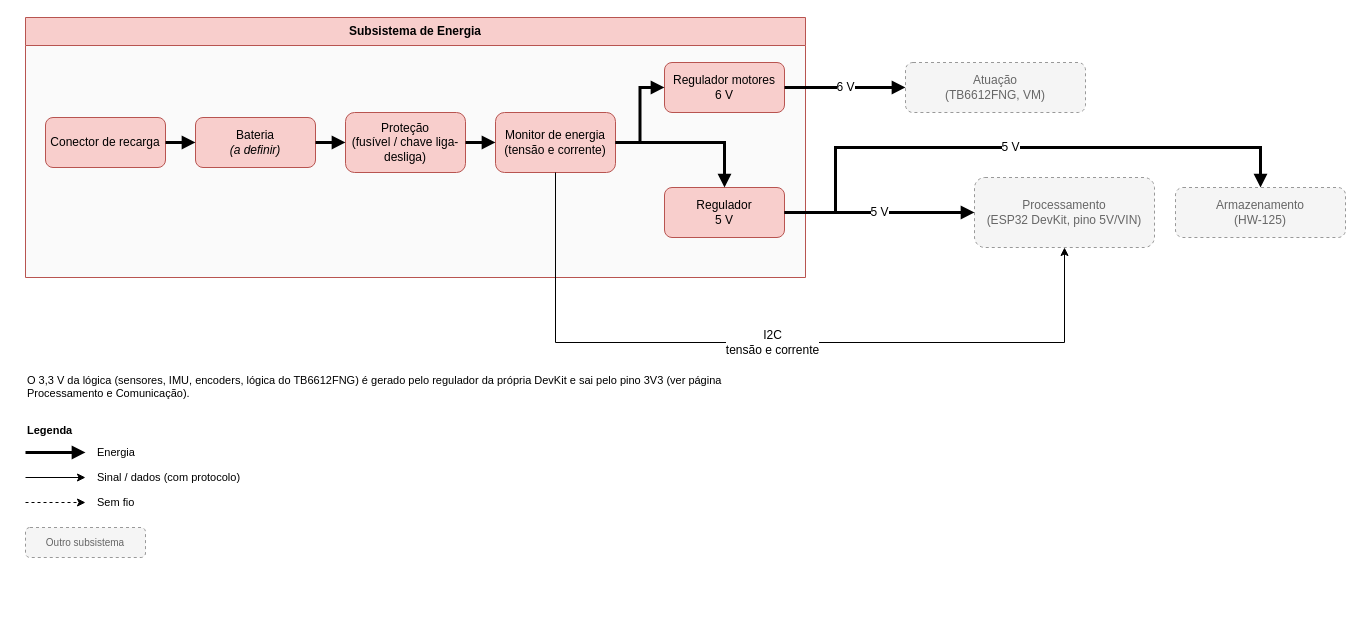
The draw.io diagram page "Energia" (2 of 6) of hw/Placa de Integração/Diagrama de blocos/Diagrama de blocos.drawio in fcte-pi1/2026.2_PI1_Grupo2_Hilmer, before the edit. Source tidied: cells renumbered, new cells numbered last; positions are measured from the earlier drawing's top-left corner, leaving out a move shared by most shapes. Both pictures are drawn from the tidied source at 100%, with x=0, y=0 at pixel (25, 17).
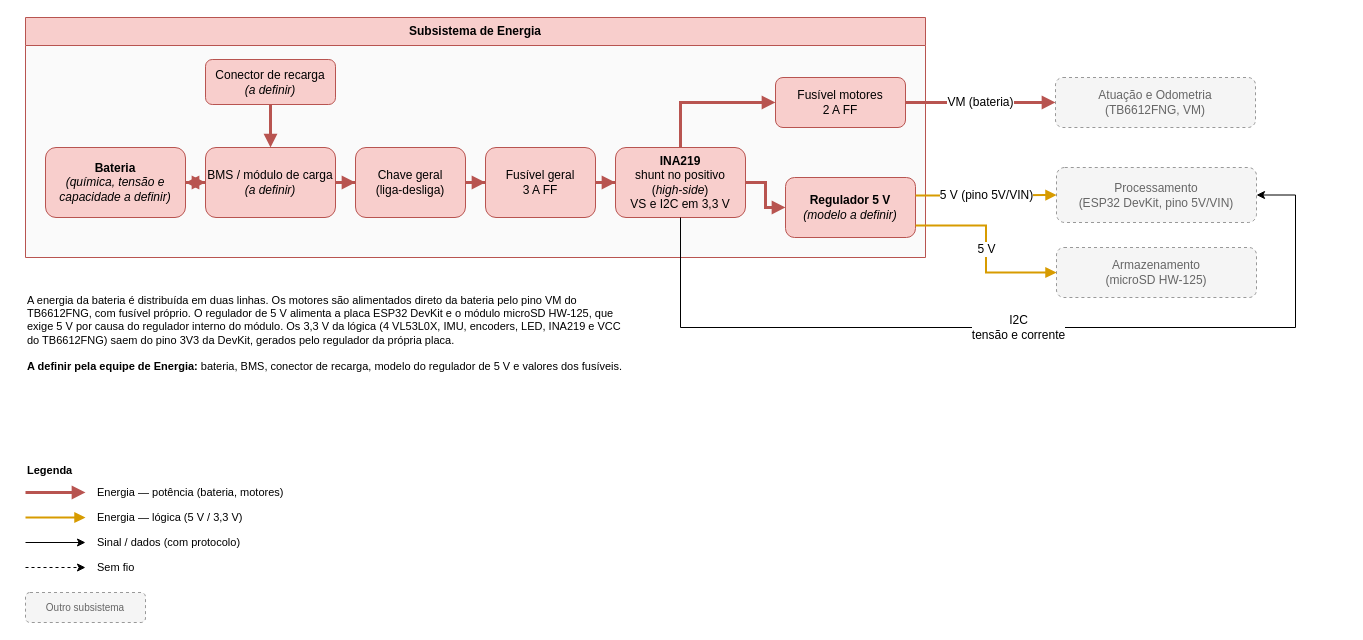
Above is the later version.

Change to the diagram source:
```diff
@@
     <mxCell id="2" value="Subsistema de Energia" style="swimlane;whiteSpace=wrap;html=1;startSize=28;fillColor=#f8cecc;strokeColor=#b85450;swimlaneFillColor=#FAFAFA;fontStyle=1;" parent="1" vertex="1">
-      <mxGeometry width="780" height="260" as="geometry" />
+      <mxGeometry width="900" height="240" as="geometry" />
     </mxCell>
-    <mxCell id="3" value="Conector de recarga" style="rounded=1;whiteSpace=wrap;html=1;fillColor=#f8cecc;strokeColor=#b85450;" parent="2" vertex="1">
-      <mxGeometry x="20" y="100" width="120" height="50" as="geometry" />
+    <mxCell id="3" value="Conector de recarga&lt;br&gt;&lt;i&gt;(a definir)&lt;/i&gt;" style="rounded=1;whiteSpace=wrap;html=1;fillColor=#f8cecc;strokeColor=#b85450;" parent="2" vertex="1">
+      <mxGeometry x="180" y="42" width="130" height="45" as="geometry" />
     </mxCell>
-    <mxCell id="4" value="Bateria&lt;br&gt;&lt;i&gt;(a definir)&lt;/i&gt;" style="rounded=1;whiteSpace=wrap;html=1;fillColor=#f8cecc;strokeColor=#b85450;" parent="2" vertex="1">
-      <mxGeometry x="170" y="100" width="120" height="50" as="geometry" />
+    <mxCell id="4" value="&lt;b&gt;Bateria&lt;/b&gt;&lt;br&gt;&lt;i&gt;(química, tensão e&lt;br&gt;capacidade a definir)&lt;/i&gt;" style="rounded=1;whiteSpace=wrap;html=1;fillColor=#f8cecc;strokeColor=#b85450;" parent="2" vertex="1">
+      <mxGeometry x="20" y="130" width="140" height="70" as="geometry" />
     </mxCell>
+    <mxCell id="30" value="BMS / módulo de carga&lt;br&gt;&lt;i&gt;(a definir)&lt;/i&gt;" style="rounded=1;whiteSpace=wrap;html=1;fillColor=#f8cecc;strokeColor=#b85450;" parent="2" vertex="1">
+      <mxGeometry x="180" y="130" width="130" height="70" as="geometry" />
+    </mxCell>
-    <mxCell id="5" value="Proteção&lt;br&gt;(fusível / chave liga-desliga)" style="rounded=1;whiteSpace=wrap;html=1;fillColor=#f8cecc;strokeColor=#b85450;" parent="2" vertex="1">
-      <mxGeometry x="320" y="95" width="120" height="60" as="geometry" />
+    <mxCell id="5" value="Chave geral&lt;br&gt;(liga-desliga)" style="rounded=1;whiteSpace=wrap;html=1;fillColor=#f8cecc;strokeColor=#b85450;" parent="2" vertex="1">
+      <mxGeometry x="330" y="130" width="110" height="70" as="geometry" />
     </mxCell>
+    <mxCell id="31" value="Fusível geral&lt;br&gt;3 A FF" style="rounded=1;whiteSpace=wrap;html=1;fillColor=#f8cecc;strokeColor=#b85450;" parent="2" vertex="1">
+      <mxGeometry x="460" y="130" width="110" height="70" as="geometry" />
+    </mxCell>
-    <mxCell id="6" value="Monitor de energia&lt;br&gt;(tensão e corrente)" style="rounded=1;whiteSpace=wrap;html=1;fillColor=#f8cecc;strokeColor=#b85450;" parent="2" vertex="1">
-      <mxGeometry x="470" y="95" width="120" height="60" as="geometry" />
+    <mxCell id="6" value="&lt;b&gt;INA219&lt;/b&gt;&lt;br&gt;shunt no positivo&lt;br&gt;(&lt;i&gt;high-side&lt;/i&gt;)&lt;br&gt;VS e I2C em 3,3 V" style="rounded=1;whiteSpace=wrap;html=1;fillColor=#f8cecc;strokeColor=#b85450;" parent="2" vertex="1">
+      <mxGeometry x="590" y="130" width="130" height="70" as="geometry" />
     </mxCell>
-    <mxCell id="7" value="Regulador motores&lt;br&gt;6 V" style="rounded=1;whiteSpace=wrap;html=1;fillColor=#f8cecc;strokeColor=#b85450;" parent="2" vertex="1">
-      <mxGeometry x="639" y="45" width="120" height="50" as="geometry" />
+    <mxCell id="7" value="Fusível motores&lt;br&gt;2 A FF" style="rounded=1;whiteSpace=wrap;html=1;fillColor=#f8cecc;strokeColor=#b85450;" parent="2" vertex="1">
+      <mxGeometry x="750" y="60" width="130" height="50" as="geometry" />
     </mxCell>
-    <mxCell id="8" value="Regulador&lt;br&gt;5 V" style="rounded=1;whiteSpace=wrap;html=1;fillColor=#f8cecc;strokeColor=#b85450;" parent="2" vertex="1">
-      <mxGeometry x="639" y="170" width="120" height="50" as="geometry" />
+    <mxCell id="8" value="&lt;b&gt;Regulador 5 V&lt;/b&gt;&lt;br&gt;&lt;i&gt;(modelo a definir)&lt;/i&gt;" style="rounded=1;whiteSpace=wrap;html=1;fillColor=#f8cecc;strokeColor=#b85450;" parent="2" vertex="1">
+      <mxGeometry x="760" y="160" width="130" height="60" as="geometry" />
     </mxCell>
-    <mxCell id="9" value="Atuação&lt;br&gt;(TB6612FNG, VM)" style="rounded=1;whiteSpace=wrap;html=1;fillColor=#f5f5f5;strokeColor=#999999;dashed=1;fontColor=#666666;" parent="1" vertex="1">
-      <mxGeometry x="880" y="45" width="180" height="50" as="geometry" />
+    <mxCell id="9" value="Atuação e Odometria&lt;br&gt;(TB6612FNG, VM)" style="rounded=1;whiteSpace=wrap;html=1;fillColor=#f5f5f5;strokeColor=#999999;dashed=1;fontColor=#666666;" parent="1" vertex="1">
+      <mxGeometry x="1030" y="60" width="200" height="50" as="geometry" />
     </mxCell>
     <mxCell id="10" value="Processamento&lt;br&gt;(ESP32 DevKit, pino 5V/VIN)" style="rounded=1;whiteSpace=wrap;html=1;fillColor=#f5f5f5;strokeColor=#999999;dashed=1;fontColor=#666666;" parent="1" vertex="1">
-      <mxGeometry x="949" y="160" width="180" height="70" as="geometry" />
+      <mxGeometry x="1031" y="150" width="200" height="55" as="geometry" />
     </mxCell>
+    <mxCell id="27" value="Armazenamento&lt;br&gt;(microSD HW-125)" style="rounded=1;whiteSpace=wrap;html=1;fillColor=#f5f5f5;strokeColor=#999999;dashed=1;fontColor=#666666;" parent="1" vertex="1">
+      <mxGeometry x="1031" y="230" width="200" height="50" as="geometry" />
+    </mxCell>
-    <mxCell id="11" style="edgeStyle=orthogonalEdgeStyle;rounded=0;jettySize=auto;html=1;labelBackgroundColor=#FFFFFF;fontSize=10;strokeWidth=3;endArrow=block;endFill=1;" parent="1" edge="1" source="3" target="4">
+    <mxCell id="11" style="edgeStyle=orthogonalEdgeStyle;rounded=0;jettySize=auto;html=1;labelBackgroundColor=#FFFFFF;fontSize=10;strokeWidth=3;strokeColor=#B85450;endArrow=block;endFill=1;" parent="1" edge="1" source="3" target="30">
       <mxGeometry relative="1" as="geometry" />
     </mxCell>
-    <mxCell id="12" style="edgeStyle=orthogonalEdgeStyle;rounded=0;jettySize=auto;html=1;labelBackgroundColor=#FFFFFF;fontSize=10;strokeWidth=3;endArrow=block;endFill=1;" parent="1" edge="1" source="4" target="5">
+    <mxCell id="12" style="edgeStyle=orthogonalEdgeStyle;rounded=0;jettySize=auto;html=1;labelBackgroundColor=#FFFFFF;fontSize=10;strokeWidth=3;strokeColor=#B85450;endArrow=block;endFill=1;startArrow=block;startFill=1;" parent="1" edge="1" source="4" target="30">
       <mxGeometry relative="1" as="geometry" />
     </mxCell>
-    <mxCell id="13" style="edgeStyle=orthogonalEdgeStyle;rounded=0;jettySize=auto;html=1;labelBackgroundColor=#FFFFFF;fontSize=10;strokeWidth=3;endArrow=block;endFill=1;" parent="1" edge="1" source="5" target="6">
+    <mxCell id="13" style="edgeStyle=orthogonalEdgeStyle;rounded=0;jettySize=auto;html=1;labelBackgroundColor=#FFFFFF;fontSize=10;strokeWidth=3;strokeColor=#B85450;endArrow=block;endFill=1;" parent="1" edge="1" source="30" target="5">
       <mxGeometry relative="1" as="geometry" />
     </mxCell>
+    <mxCell id="32" style="edgeStyle=orthogonalEdgeStyle;rounded=0;jettySize=auto;html=1;labelBackgroundColor=#FFFFFF;fontSize=10;strokeWidth=3;strokeColor=#B85450;endArrow=block;endFill=1;" parent="1" edge="1" source="5" target="31">
+      <mxGeometry relative="1" as="geometry" />
+    </mxCell>
-    <mxCell id="14" style="edgeStyle=orthogonalEdgeStyle;rounded=0;jettySize=auto;html=1;labelBackgroundColor=#FFFFFF;fontSize=10;strokeWidth=3;endArrow=block;endFill=1;" parent="1" edge="1" source="6" target="7">
+    <mxCell id="14" style="edgeStyle=orthogonalEdgeStyle;rounded=0;jettySize=auto;html=1;labelBackgroundColor=#FFFFFF;fontSize=10;strokeWidth=3;strokeColor=#B85450;endArrow=block;endFill=1;" parent="1" edge="1" source="31" target="6">
       <mxGeometry relative="1" as="geometry" />
     </mxCell>
-    <mxCell id="15" style="edgeStyle=orthogonalEdgeStyle;rounded=0;jettySize=auto;html=1;labelBackgroundColor=#FFFFFF;fontSize=10;strokeWidth=3;endArrow=block;endFill=1;" parent="1" edge="1" source="6" target="8">
-      <mxGeometry relative="1" as="geometry" />
+    <mxCell id="15" style="edgeStyle=orthogonalEdgeStyle;rounded=0;jettySize=auto;html=1;labelBackgroundColor=#FFFFFF;fontSize=10;strokeWidth=3;strokeColor=#B85450;endArrow=block;endFill=1;exitX=0.5;exitY=0;exitDx=0;exitDy=0;entryX=0;entryY=0.5;entryDx=0;entryDy=0;" parent="1" edge="1" source="6" target="7">
+      <mxGeometry relative="1" as="geometry">
+        <Array as="points">
+          <mxPoint x="655" y="85" />
+        </Array>
+      </mxGeometry>
     </mxCell>
-    <mxCell id="16" value="&lt;font style=&quot;font-size: 12px;&quot;&gt;6 V&lt;/font&gt;" style="edgeStyle=orthogonalEdgeStyle;rounded=0;jettySize=auto;html=1;labelBackgroundColor=#FFFFFF;fontSize=10;strokeWidth=3;endArrow=block;endFill=1;" parent="1" edge="1" source="7" target="9">
+    <mxCell id="16" style="edgeStyle=orthogonalEdgeStyle;rounded=0;jettySize=auto;html=1;labelBackgroundColor=#FFFFFF;fontSize=10;strokeWidth=3;strokeColor=#B85450;endArrow=block;endFill=1;exitX=1;exitY=0.5;exitDx=0;exitDy=0;entryX=0;entryY=0.5;entryDx=0;entryDy=0;" parent="1" edge="1" source="6" target="8">
       <mxGeometry relative="1" as="geometry" />
     </mxCell>
-    <mxCell id="17" value="&lt;font style=&quot;font-size: 12px;&quot;&gt;5 V&lt;/font&gt;" style="edgeStyle=orthogonalEdgeStyle;rounded=0;jettySize=auto;html=1;labelBackgroundColor=#FFFFFF;fontSize=10;strokeWidth=3;endArrow=block;endFill=1;" parent="1" edge="1" source="8" target="10">
+    <mxCell id="17" value="&lt;font style=&quot;font-size: 12px;&quot;&gt;VM (bateria)&lt;/font&gt;" style="edgeStyle=orthogonalEdgeStyle;rounded=0;jettySize=auto;html=1;labelBackgroundColor=#FFFFFF;fontSize=10;strokeWidth=3;strokeColor=#B85450;endArrow=block;endFill=1;exitX=1;exitY=0.5;exitDx=0;exitDy=0;entryX=0;entryY=0.5;entryDx=0;entryDy=0;" parent="1" edge="1" source="7" target="9">
       <mxGeometry relative="1" as="geometry" />
     </mxCell>
+    <mxCell id="33" value="&lt;font style=&quot;font-size: 12px;&quot;&gt;5 V (pino 5V/VIN)&lt;/font&gt;" style="edgeStyle=orthogonalEdgeStyle;rounded=0;jettySize=auto;html=1;labelBackgroundColor=#FFFFFF;fontSize=10;strokeWidth=2;strokeColor=#D79B00;endArrow=block;endFill=1;exitX=1;exitY=0.3;exitDx=0;exitDy=0;entryX=0;entryY=0.5;entryDx=0;entryDy=0;" parent="1" edge="1" source="8" target="10">
+      <mxGeometry relative="1" as="geometry" />
+    </mxCell>
+    <mxCell id="28" value="&lt;font style=&quot;font-size: 12px;&quot;&gt;5 V&lt;/font&gt;" style="edgeStyle=orthogonalEdgeStyle;rounded=0;jettySize=auto;html=1;labelBackgroundColor=#FFFFFF;fontSize=10;strokeWidth=2;strokeColor=#D79B00;endArrow=block;endFill=1;exitX=1;exitY=0.8;exitDx=0;exitDy=0;entryX=0;entryY=0.5;entryDx=0;entryDy=0;" parent="1" edge="1" source="8" target="27">
+      <mxGeometry relative="1" as="geometry" />
+    </mxCell>
-    <mxCell id="18" value="&lt;font style=&quot;font-size: 12px;&quot;&gt;I2C&lt;br&gt;tensão e corrente&lt;/font&gt;" style="edgeStyle=orthogonalEdgeStyle;rounded=0;jettySize=auto;html=1;labelBackgroundColor=#FFFFFF;fontSize=10;strokeWidth=1;endArrow=classic;endFill=1;exitX=0.5;exitY=1;exitDx=0;exitDy=0;entryX=0.5;entryY=1;entryDx=0;entryDy=0;" parent="1" edge="1" source="6" target="10">
+    <mxCell id="18" value="&lt;font style=&quot;font-size: 12px;&quot;&gt;I2C&lt;br&gt;tensão e corrente&lt;/font&gt;" style="edgeStyle=orthogonalEdgeStyle;rounded=0;jettySize=auto;html=1;labelBackgroundColor=#FFFFFF;fontSize=10;strokeWidth=1;endArrow=classic;endFill=1;exitX=0.5;exitY=1;exitDx=0;exitDy=0;entryX=1;entryY=0.5;entryDx=0;entryDy=0;" parent="1" edge="1" source="6" target="10">
       <mxGeometry relative="1" as="geometry">
         <Array as="points">
-          <mxPoint x="530" y="325" />
-          <mxPoint x="1039" y="325" />
+          <mxPoint x="655" y="310" />
+          <mxPoint x="1270" y="310" />
+          <mxPoint x="1270" y="177.5" />
         </Array>
       </mxGeometry>
     </mxCell>
+    <mxCell id="29" value="A energia da bateria é distribuída em duas linhas. Os motores são alimentados direto da bateria pelo pino VM do TB6612FNG, com fusível próprio. O regulador de 5 V alimenta a placa ESP32 DevKit e o módulo microSD HW-125, que exige 5 V por causa do regulador interno do módulo. Os 3,3 V da lógica (4 VL53L0X, IMU, encoders, LED, INA219 e VCC do TB6612FNG) saem do pino 3V3 da DevKit, gerados pelo regulador da própria placa.&lt;br&gt;&lt;br&gt;&lt;b&gt;A definir pela equipe de Energia:&lt;/b&gt; bateria, BMS, conector de recarga, modelo do regulador de 5 V e valores dos fusíveis." style="text;html=1;align=left;verticalAlign=top;whiteSpace=wrap;fontSize=11;" parent="1" vertex="1">
+      <mxGeometry y="270" width="600" height="105" as="geometry" />
+    </mxCell>
     <mxCell id="19" value="&lt;b&gt;Legenda&lt;/b&gt;" style="text;html=1;align=left;verticalAlign=top;whiteSpace=wrap;fontSize=11;" parent="1" vertex="1">
-      <mxGeometry y="400" width="200" height="20" as="geometry" />
+      <mxGeometry y="440" width="200" height="20" as="geometry" />
     </mxCell>
-    <mxCell id="20" style="edgeStyle=orthogonalEdgeStyle;rounded=0;orthogonalLoop=1;jettySize=auto;html=1;labelBackgroundColor=#FFFFFF;fontSize=10;strokeWidth=3;endArrow=block;endFill=1;" parent="1" edge="1">
+    <mxCell id="20" style="edgeStyle=orthogonalEdgeStyle;rounded=0;orthogonalLoop=1;jettySize=auto;html=1;labelBackgroundColor=#FFFFFF;fontSize=10;strokeWidth=3;strokeColor=#B85450;endArrow=block;endFill=1;" parent="1" edge="1">
       <mxGeometry relative="1" as="geometry">
-        <mxPoint y="435" as="sourcePoint" />
-        <mxPoint x="60" y="435" as="targetPoint" />
+        <mxPoint y="475" as="sourcePoint" />
+        <mxPoint x="60" y="475" as="targetPoint" />
       </mxGeometry>
     </mxCell>
-    <mxCell id="21" value="Energia" style="text;html=1;align=left;verticalAlign=top;whiteSpace=wrap;fontSize=11;verticalAlign=middle;" parent="1" vertex="1">
-      <mxGeometry x="70" y="425" width="200" height="20" as="geometry" />
+    <mxCell id="21" value="Energia — potência (bateria, motores)" style="text;html=1;align=left;verticalAlign=top;whiteSpace=wrap;fontSize=11;verticalAlign=middle;" parent="1" vertex="1">
+      <mxGeometry x="70" y="465" width="240" height="20" as="geometry" />
     </mxCell>
+    <mxCell id="34" style="edgeStyle=orthogonalEdgeStyle;rounded=0;orthogonalLoop=1;jettySize=auto;html=1;labelBackgroundColor=#FFFFFF;fontSize=10;strokeWidth=2;strokeColor=#D79B00;endArrow=block;endFill=1;" parent="1" edge="1">
+      <mxGeometry relative="1" as="geometry">
+        <mxPoint y="500" as="sourcePoint" />
+        <mxPoint x="60" y="500" as="targetPoint" />
+      </mxGeometry>
+    </mxCell>
+    <mxCell id="35" value="Energia — lógica (5 V / 3,3 V)" style="text;html=1;align=left;verticalAlign=top;whiteSpace=wrap;fontSize=11;verticalAlign=middle;" parent="1" vertex="1">
+      <mxGeometry x="70" y="490" width="240" height="20" as="geometry" />
+    </mxCell>
     <mxCell id="22" style="edgeStyle=orthogonalEdgeStyle;rounded=0;orthogonalLoop=1;jettySize=auto;html=1;labelBackgroundColor=#FFFFFF;fontSize=10;strokeWidth=1;endArrow=classic;endFill=1;" parent="1" edge="1">
       <mxGeometry relative="1" as="geometry">
-        <mxPoint y="460" as="sourcePoint" />
-        <mxPoint x="60" y="460" as="targetPoint" />
+        <mxPoint y="525" as="sourcePoint" />
+        <mxPoint x="60" y="525" as="targetPoint" />
       </mxGeometry>
     </mxCell>
     <mxCell id="23" value="Sinal / dados (com protocolo)" style="text;html=1;align=left;verticalAlign=top;whiteSpace=wrap;fontSize=11;verticalAlign=middle;" parent="1" vertex="1">
-      <mxGeometry x="70" y="450" width="200" height="20" as="geometry" />
+      <mxGeometry x="70" y="515" width="240" height="20" as="geometry" />
     </mxCell>
     <mxCell id="24" style="edgeStyle=orthogonalEdgeStyle;rounded=0;orthogonalLoop=1;jettySize=auto;html=1;labelBackgroundColor=#FFFFFF;fontSize=10;strokeWidth=1;endArrow=classic;endFill=1;dashed=1;" parent="1" edge="1">
       <mxGeometry relative="1" as="geometry">
-        <mxPoint y="485" as="sourcePoint" />
-        <mxPoint x="60" y="485" as="targetPoint" />
+        <mxPoint y="550" as="sourcePoint" />
+        <mxPoint x="60" y="550" as="targetPoint" />
       </mxGeometry>
     </mxCell>
     <mxCell id="25" value="Sem fio" style="text;html=1;align=left;verticalAlign=top;whiteSpace=wrap;fontSize=11;verticalAlign=middle;" parent="1" vertex="1">
-      <mxGeometry x="70" y="475" width="200" height="20" as="geometry" />
+      <mxGeometry x="70" y="540" width="240" height="20" as="geometry" />
     </mxCell>
     <mxCell id="26" value="Outro subsistema" style="rounded=1;whiteSpace=wrap;html=1;fillColor=#f5f5f5;strokeColor=#999999;dashed=1;fontColor=#666666;fontSize=10;" parent="1" vertex="1">
-      <mxGeometry y="510" width="120" height="30" as="geometry" />
+      <mxGeometry y="575" width="120" height="30" as="geometry" />
     </mxCell>
-    <mxCell id="27" value="Armazenamento&lt;br&gt;(HW-125)" style="rounded=1;whiteSpace=wrap;html=1;fillColor=#f5f5f5;strokeColor=#999999;dashed=1;fontColor=#666666;" parent="1" vertex="1">
-      <mxGeometry x="1150" y="170" width="170" height="50" as="geometry" />
-    </mxCell>
-    <mxCell id="28" value="&lt;font style=&quot;font-size: 12px;&quot;&gt;5 V&lt;/font&gt;" style="edgeStyle=orthogonalEdgeStyle;rounded=0;jettySize=auto;html=1;labelBackgroundColor=#FFFFFF;fontSize=10;strokeWidth=3;endArrow=block;endFill=1;exitX=1;exitY=0.5;exitDx=0;exitDy=0;entryX=0.5;entryY=0;entryDx=0;entryDy=0;" parent="1" edge="1" source="8" target="27">
-      <mxGeometry relative="1" as="geometry">
-        <Array as="points">
-          <mxPoint x="810" y="195" />
-          <mxPoint x="810" y="130" />
-          <mxPoint x="1235" y="130" />
-        </Array>
-      </mxGeometry>
-    </mxCell>
-    <mxCell id="29" value="O 3,3 V da lógica (sensores, IMU, encoders, lógica do TB6612FNG) é gerado pelo regulador da própria DevKit e sai pelo pino 3V3 (ver página Processamento e Comunicação)." style="text;html=1;align=left;verticalAlign=top;whiteSpace=wrap;fontSize=11;" parent="1" vertex="1">
-      <mxGeometry y="350" width="760" height="30" as="geometry" />
-    </mxCell>
```
